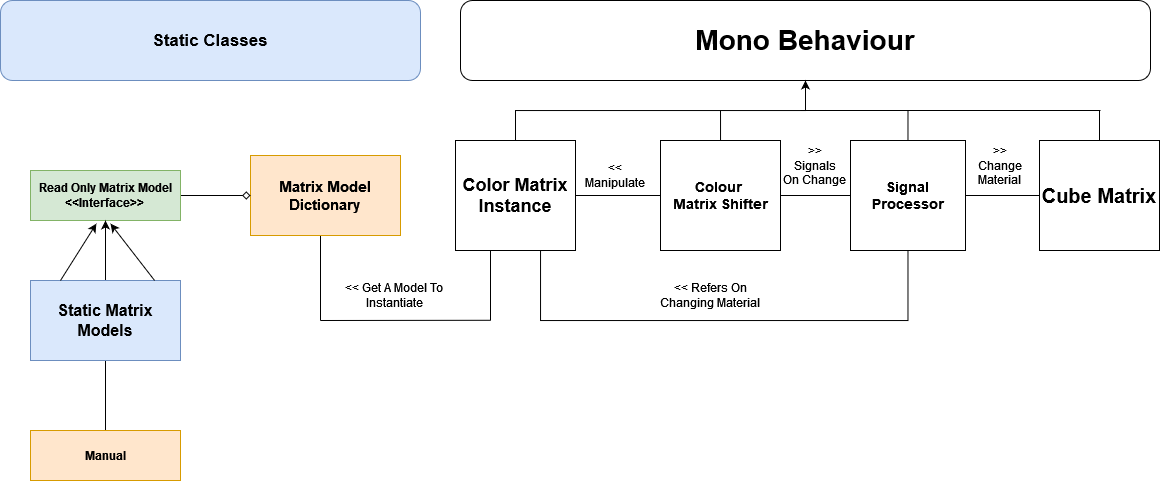
This is class_diagram.drawio.png from uirdp/Bit-Summit-Project, a draw.io export, as it was before one commit. Source tidied: cells renumbered, new cells last; positions are measured from the earlier drawing's top-left corner, leaving out a move shared by most shapes. The source it was exported from:
```xml
<mxGraphModel>
  <root>
    <mxCell id="0" />
    <mxCell id="1" parent="0" />
    <mxCell id="2" value="&lt;font size=&quot;1&quot;&gt;&lt;b style=&quot;font-size: 28px;&quot;&gt;Mono Behaviour&lt;/b&gt;&lt;/font&gt;" style="rounded=1;whiteSpace=wrap;html=1;" parent="1" vertex="1">
      <mxGeometry x="460" width="690" height="80" as="geometry" />
    </mxCell>
    <mxCell id="3" style="edgeStyle=orthogonalEdgeStyle;rounded=0;jettySize=auto;html=1;endArrow=none;endFill=0;" parent="1" edge="1" source="5">
      <mxGeometry relative="1" as="geometry">
        <mxPoint x="720" y="110" as="targetPoint" />
      </mxGeometry>
    </mxCell>
    <mxCell id="4" style="edgeStyle=orthogonalEdgeStyle;rounded=0;jettySize=auto;html=1;entryX=0;entryY=0.5;entryDx=0;entryDy=0;endArrow=none;endFill=0;" parent="1" edge="1" source="5" target="13">
      <mxGeometry relative="1" as="geometry" />
    </mxCell>
    <mxCell id="5" value="&lt;div&gt;&lt;b&gt;&lt;font style=&quot;font-size: 14px;&quot;&gt;Colour&amp;nbsp;&lt;/font&gt;&lt;/b&gt;&lt;/div&gt;&lt;div&gt;&lt;b&gt;&lt;font style=&quot;font-size: 14px;&quot;&gt;Matrix Shifter&lt;/font&gt;&lt;/b&gt;&lt;/div&gt;" style="rounded=0;whiteSpace=wrap;html=1;" parent="1" vertex="1">
      <mxGeometry x="660" y="140" width="120" height="110" as="geometry" />
    </mxCell>
    <mxCell id="6" style="edgeStyle=orthogonalEdgeStyle;rounded=0;jettySize=auto;html=1;exitX=0.5;exitY=0;exitDx=0;exitDy=0;entryX=0.5;entryY=1;entryDx=0;entryDy=0;" parent="1" edge="1" source="9" target="2">
      <mxGeometry relative="1" as="geometry">
        <Array as="points">
          <mxPoint x="515" y="110" />
          <mxPoint x="805" y="110" />
        </Array>
      </mxGeometry>
    </mxCell>
    <mxCell id="7" style="edgeStyle=orthogonalEdgeStyle;rounded=0;jettySize=auto;html=1;endArrow=none;endFill=0;" parent="1" edge="1" source="9" target="5">
      <mxGeometry relative="1" as="geometry" />
    </mxCell>
    <mxCell id="8" style="edgeStyle=orthogonalEdgeStyle;rounded=0;orthogonalLoop=1;jettySize=auto;html=1;endArrow=none;endFill=0;" parent="1" edge="1">
      <mxGeometry relative="1" as="geometry">
        <mxPoint x="490" y="240" as="sourcePoint" />
        <mxPoint x="490" y="320" as="targetPoint" />
      </mxGeometry>
    </mxCell>
    <mxCell id="9" value="&lt;font style=&quot;font-size: 18px;&quot;&gt;&lt;b&gt;Color Matrix Instance&lt;/b&gt;&lt;/font&gt;" style="rounded=0;whiteSpace=wrap;html=1;" parent="1" vertex="1">
      <mxGeometry x="455" y="140" width="120" height="110" as="geometry" />
    </mxCell>
    <mxCell id="10" style="edgeStyle=orthogonalEdgeStyle;rounded=0;jettySize=auto;html=1;endArrow=none;endFill=0;" parent="1" edge="1" source="13">
      <mxGeometry relative="1" as="geometry">
        <mxPoint x="907.5" y="110" as="targetPoint" />
      </mxGeometry>
    </mxCell>
    <mxCell id="11" style="edgeStyle=orthogonalEdgeStyle;rounded=0;jettySize=auto;html=1;entryX=0.75;entryY=1;entryDx=0;entryDy=0;endArrow=none;endFill=0;" parent="1" edge="1" source="13" target="9">
      <mxGeometry relative="1" as="geometry">
        <Array as="points">
          <mxPoint x="908" y="320" />
          <mxPoint x="540" y="320" />
          <mxPoint x="540" y="250" />
        </Array>
      </mxGeometry>
    </mxCell>
    <mxCell id="12" style="edgeStyle=orthogonalEdgeStyle;rounded=0;jettySize=auto;html=1;entryX=0;entryY=0.5;entryDx=0;entryDy=0;endArrow=none;endFill=0;" parent="1" edge="1" source="13" target="15">
      <mxGeometry relative="1" as="geometry" />
    </mxCell>
    <mxCell id="13" value="&lt;font style=&quot;font-size: 14px;&quot;&gt;&lt;b&gt;Signal Processor&lt;/b&gt;&lt;/font&gt;" style="rounded=0;whiteSpace=wrap;html=1;" parent="1" vertex="1">
      <mxGeometry x="850" y="140" width="115" height="110" as="geometry" />
    </mxCell>
    <mxCell id="14" style="edgeStyle=orthogonalEdgeStyle;rounded=0;jettySize=auto;html=1;endArrow=none;endFill=0;" parent="1" edge="1" source="15">
      <mxGeometry relative="1" as="geometry">
        <mxPoint x="1099" y="110" as="targetPoint" />
      </mxGeometry>
    </mxCell>
    <mxCell id="15" value="&lt;b&gt;&lt;font style=&quot;font-size: 20px;&quot;&gt;Cube Matrix&lt;/font&gt;&lt;/b&gt;" style="rounded=0;whiteSpace=wrap;html=1;" parent="1" vertex="1">
      <mxGeometry x="1039" y="140" width="120" height="110" as="geometry" />
    </mxCell>
    <mxCell id="16" style="endArrow=none;html=1;rounded=0;" parent="1" edge="1">
      <mxGeometry relative="1" as="geometry">
        <mxPoint x="1100" y="110" as="sourcePoint" />
        <mxPoint x="800" y="110" as="targetPoint" />
      </mxGeometry>
    </mxCell>
    <mxCell id="17" value="&lt;div&gt;&amp;lt;&amp;lt;&lt;/div&gt;&lt;div&gt;Manipulate&lt;/div&gt;" style="text;html=1;strokeColor=none;fillColor=none;align=center;verticalAlign=middle;whiteSpace=wrap;rounded=0;" parent="1" vertex="1">
      <mxGeometry x="580" y="160" width="70" height="30" as="geometry" />
    </mxCell>
    <mxCell id="18" value="&lt;div&gt;&amp;gt;&amp;gt;&lt;/div&gt;&lt;div&gt;Signals&lt;/div&gt;&lt;div&gt;On Change&lt;br&gt;&lt;/div&gt;" style="text;html=1;strokeColor=none;fillColor=none;align=center;verticalAlign=middle;whiteSpace=wrap;rounded=0;" parent="1" vertex="1">
      <mxGeometry x="780" y="130" width="70" height="70" as="geometry" />
    </mxCell>
    <mxCell id="19" value="&lt;div&gt;&amp;gt;&amp;gt;&lt;br&gt;&lt;/div&gt;&lt;div&gt;Change&lt;/div&gt;&lt;div&gt;Material&lt;br&gt;&lt;/div&gt;" style="text;html=1;strokeColor=none;fillColor=none;align=center;verticalAlign=middle;whiteSpace=wrap;rounded=0;" parent="1" vertex="1">
      <mxGeometry x="970" y="140" width="60" height="50" as="geometry" />
    </mxCell>
    <mxCell id="20" value="&amp;lt;&amp;lt; Refers On Changing Material" style="text;html=1;strokeColor=none;fillColor=none;align=center;verticalAlign=middle;whiteSpace=wrap;rounded=0;" parent="1" vertex="1">
      <mxGeometry x="650" y="280" width="120" height="30" as="geometry" />
    </mxCell>
    <mxCell id="21" value="&lt;b&gt;&lt;font style=&quot;font-size: 17px;&quot;&gt;Static Classes&lt;/font&gt;&lt;/b&gt;" style="rounded=1;whiteSpace=wrap;html=1;fillColor=#dae8fc;strokeColor=#6c8ebf;" parent="1" vertex="1">
      <mxGeometry width="420" height="80" as="geometry" />
    </mxCell>
    <mxCell id="22" style="edgeStyle=orthogonalEdgeStyle;rounded=0;orthogonalLoop=1;jettySize=auto;html=1;endArrow=none;endFill=0;" parent="1" edge="1">
      <mxGeometry relative="1" as="geometry">
        <mxPoint x="320" y="235" as="sourcePoint" />
        <mxPoint x="320" y="320" as="targetPoint" />
      </mxGeometry>
    </mxCell>
    <mxCell id="23" value="&lt;b style=&quot;font-size: 15px;&quot;&gt;Matrix Model Dictionary&lt;br&gt;&lt;/b&gt;" style="rounded=0;whiteSpace=wrap;html=1;fillColor=#ffe6cc;strokeColor=#d79b00;" parent="1" vertex="1">
      <mxGeometry x="250" y="155" width="150" height="80" as="geometry" />
    </mxCell>
    <mxCell id="24" style="edgeStyle=orthogonalEdgeStyle;rounded=0;jettySize=auto;html=1;entryX=0;entryY=0.5;entryDx=0;entryDy=0;endArrow=diamond;endFill=0;" parent="1" edge="1" source="25" target="23">
      <mxGeometry relative="1" as="geometry" />
    </mxCell>
    <mxCell id="25" value="&lt;div&gt;&lt;b&gt;Read Only Matrix Model&lt;/b&gt;&lt;/div&gt;&lt;div&gt;&lt;b&gt;&amp;lt;&amp;lt;Interface&amp;gt;&amp;gt;&lt;br&gt;&lt;/b&gt;&lt;/div&gt;" style="rounded=0;whiteSpace=wrap;html=1;fillColor=#d5e8d4;strokeColor=#82b366;" parent="1" vertex="1">
      <mxGeometry x="30" y="170" width="150" height="50" as="geometry" />
    </mxCell>
    <mxCell id="26" style="edgeStyle=orthogonalEdgeStyle;rounded=0;jettySize=auto;html=1;entryX=0.5;entryY=1;entryDx=0;entryDy=0;" parent="1" edge="1" source="28" target="25">
      <mxGeometry relative="1" as="geometry" />
    </mxCell>
    <mxCell id="27" style="edgeStyle=orthogonalEdgeStyle;rounded=0;jettySize=auto;html=1;entryX=0.5;entryY=0;entryDx=0;entryDy=0;endArrow=none;endFill=0;" parent="1" edge="1" source="28" target="29">
      <mxGeometry relative="1" as="geometry" />
    </mxCell>
    <mxCell id="28" value="&lt;font style=&quot;font-size: 16px;&quot;&gt;&lt;b&gt;Static Matrix Models&lt;br&gt;&lt;/b&gt;&lt;/font&gt;" style="rounded=0;whiteSpace=wrap;html=1;fillColor=#dae8fc;strokeColor=#6c8ebf;" parent="1" vertex="1">
      <mxGeometry x="30" y="280" width="150" height="80" as="geometry" />
    </mxCell>
    <mxCell id="29" value="&lt;b&gt;Manual&lt;/b&gt;" style="rounded=0;whiteSpace=wrap;html=1;fillColor=#ffe6cc;strokeColor=#d79b00;" parent="1" vertex="1">
      <mxGeometry x="30" y="430" width="150" height="50" as="geometry" />
    </mxCell>
    <mxCell id="30" style="endArrow=classic;html=1;rounded=0;entryX=0.5;entryY=1;entryDx=0;entryDy=0;exitX=0.794;exitY=-0.039;exitDx=0;exitDy=0;exitPerimeter=0;" parent="1" edge="1">
      <mxGeometry relative="1" as="geometry">
        <mxPoint x="154.1" y="280" as="sourcePoint" />
        <mxPoint x="110" y="223.1" as="targetPoint" />
      </mxGeometry>
    </mxCell>
    <mxCell id="31" style="endArrow=classic;html=1;rounded=0;exitX=0.794;exitY=-0.039;exitDx=0;exitDy=0;exitPerimeter=0;" parent="1" edge="1">
      <mxGeometry relative="1" as="geometry">
        <mxPoint x="60" y="280" as="sourcePoint" />
        <mxPoint x="95.9" y="223.1" as="targetPoint" />
      </mxGeometry>
    </mxCell>
    <mxCell id="32" style="endArrow=none;html=1;rounded=0;" parent="1" edge="1">
      <mxGeometry relative="1" as="geometry">
        <mxPoint x="320" y="320" as="sourcePoint" />
        <mxPoint x="490" y="319.8" as="targetPoint" />
      </mxGeometry>
    </mxCell>
    <mxCell id="33" value="&lt;div&gt;&amp;lt;&amp;lt; Get A Model To&amp;nbsp;&lt;/div&gt;&lt;div&gt;Instantiate &lt;br&gt;&lt;/div&gt;" style="text;html=1;strokeColor=none;fillColor=none;align=center;verticalAlign=middle;whiteSpace=wrap;rounded=0;" parent="1" vertex="1">
      <mxGeometry x="290" y="265" width="210" height="60" as="geometry" />
    </mxCell>
  </root>
</mxGraphModel>
```
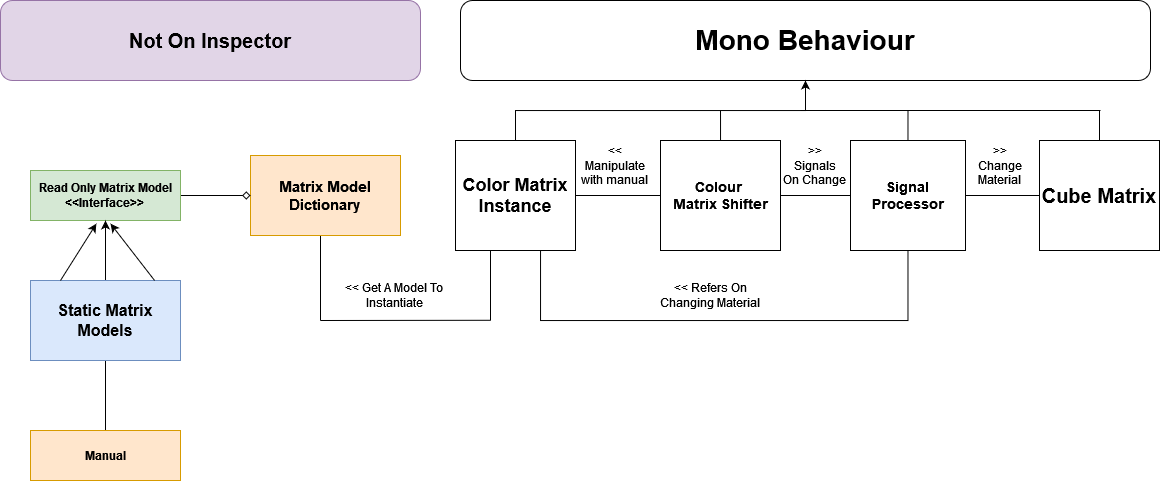
Above is the later version.

Change to the diagram source:
```diff
@@ -70,8 +70,8 @@
         <mxPoint x="800" y="110" as="targetPoint" />
       </mxGeometry>
     </mxCell>
-    <mxCell id="17" value="&lt;div&gt;&amp;lt;&amp;lt;&lt;/div&gt;&lt;div&gt;Manipulate&lt;/div&gt;" style="text;html=1;strokeColor=none;fillColor=none;align=center;verticalAlign=middle;whiteSpace=wrap;rounded=0;" parent="1" vertex="1">
-      <mxGeometry x="580" y="160" width="70" height="30" as="geometry" />
+    <mxCell id="17" value="&lt;div&gt;&amp;lt;&amp;lt;&lt;/div&gt;&lt;div&gt;Manipulate&lt;/div&gt;&lt;div&gt;with manual&lt;br&gt;&lt;/div&gt;" style="text;html=1;strokeColor=none;fillColor=none;align=center;verticalAlign=middle;whiteSpace=wrap;rounded=0;" parent="1" vertex="1">
+      <mxGeometry x="580" y="130" width="70" height="70" as="geometry" />
     </mxCell>
     <mxCell id="18" value="&lt;div&gt;&amp;gt;&amp;gt;&lt;/div&gt;&lt;div&gt;Signals&lt;/div&gt;&lt;div&gt;On Change&lt;br&gt;&lt;/div&gt;" style="text;html=1;strokeColor=none;fillColor=none;align=center;verticalAlign=middle;whiteSpace=wrap;rounded=0;" parent="1" vertex="1">
       <mxGeometry x="780" y="130" width="70" height="70" as="geometry" />
@@ -82,7 +82,7 @@
     <mxCell id="20" value="&amp;lt;&amp;lt; Refers On Changing Material" style="text;html=1;strokeColor=none;fillColor=none;align=center;verticalAlign=middle;whiteSpace=wrap;rounded=0;" parent="1" vertex="1">
       <mxGeometry x="650" y="280" width="120" height="30" as="geometry" />
     </mxCell>
-    <mxCell id="21" value="&lt;b&gt;&lt;font style=&quot;font-size: 17px;&quot;&gt;Static Classes&lt;/font&gt;&lt;/b&gt;" style="rounded=1;whiteSpace=wrap;html=1;fillColor=#dae8fc;strokeColor=#6c8ebf;" parent="1" vertex="1">
+    <mxCell id="21" value="&lt;font style=&quot;font-size: 20px;&quot;&gt;&lt;b&gt;Not On Inspector&lt;br&gt;&lt;/b&gt;&lt;/font&gt;" style="rounded=1;whiteSpace=wrap;html=1;fillColor=#e1d5e7;strokeColor=#9673a6;" parent="1" vertex="1">
       <mxGeometry width="420" height="80" as="geometry" />
     </mxCell>
     <mxCell id="22" style="edgeStyle=orthogonalEdgeStyle;rounded=0;orthogonalLoop=1;jettySize=auto;html=1;endArrow=none;endFill=0;" parent="1" edge="1">
```
